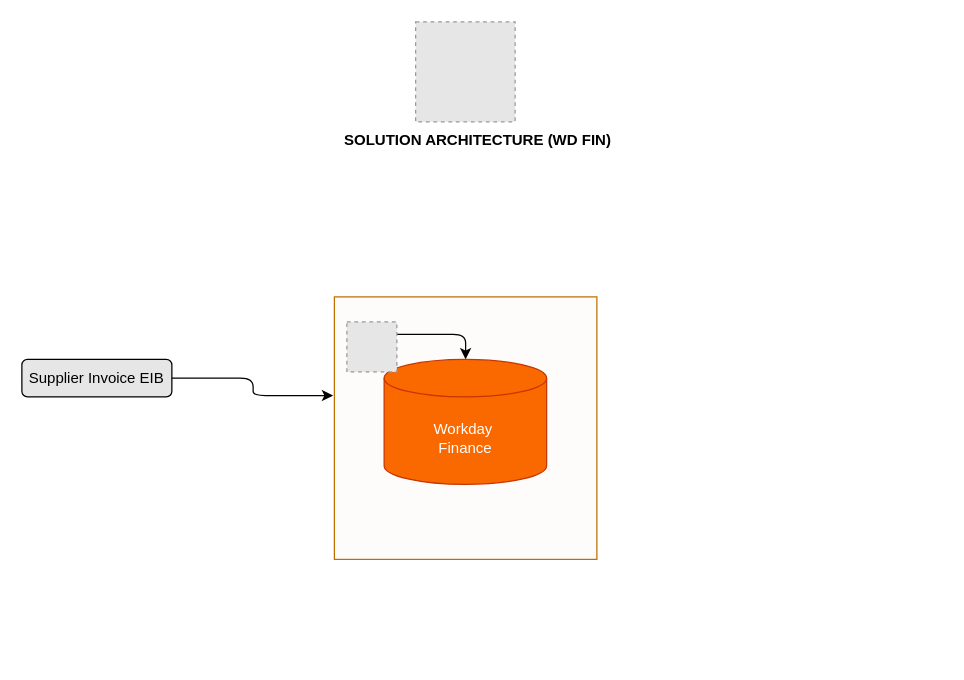
sandyaroma/sandyaroma keeps this draw.io diagram as deepL Solution Architecture (WD FIN).drawio. Above is the earlier version. Source tidied: cells renumbered, new cells numbered last; positions are measured from the earlier drawing's top-left corner, leaving out a move shared by most shapes. Both pictures are drawn from the tidied source at 125%, with x=0, y=0 at pixel (21, 21). Pictures stored in the file or linked from it are replaced by grey dashed boxes.
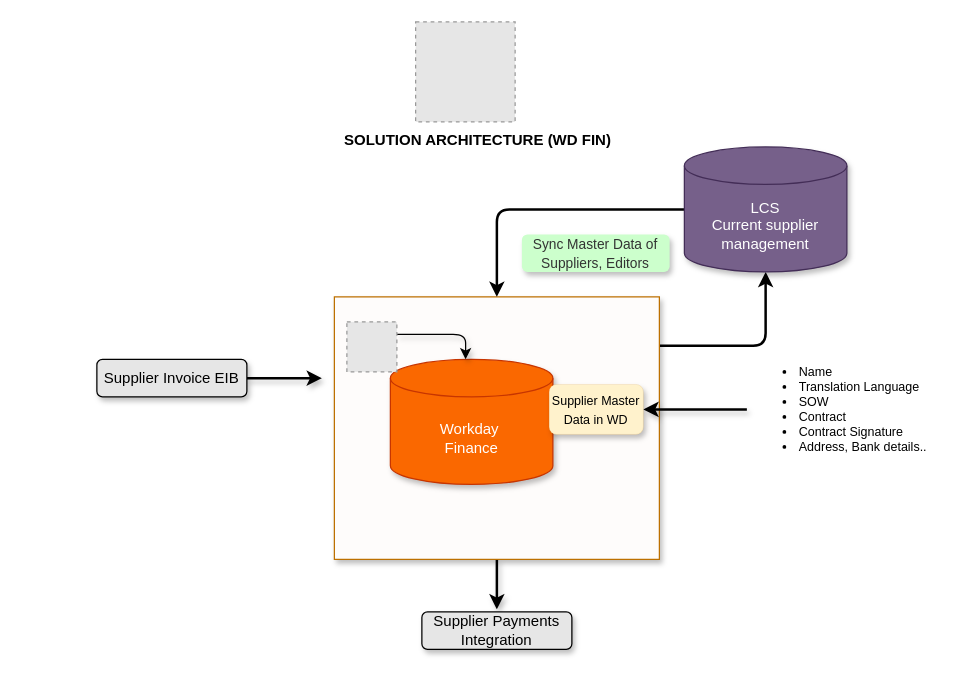
The same page after the edit.

The change refers to these unchanged cells:
```xml
<mxCell id="9" style="fillColor=#E6E6E6;strokeColor=#999999;dashed=1;html=1;verticalAlign=top;verticalLabelPosition=bottom;labelBackgroundColor=#ffffff;" parent="1" vertex="1">
  <mxGeometry x="260" y="240" width="40" height="40" as="geometry" />
</mxCell>
```

Change to the diagram source:
```diff
@@
+    <mxCell id="10" style="edgeStyle=orthogonalEdgeStyle;rounded=0;jettySize=auto;html=1;exitX=0.5;exitY=1;exitDx=0;exitDy=0;shadow=1;strokeWidth=2;" parent="1" edge="1" source="2">
+      <mxGeometry relative="1" as="geometry">
+        <mxPoint x="380" y="470" as="targetPoint" />
+      </mxGeometry>
+    </mxCell>
+    <mxCell id="11" style="edgeStyle=orthogonalEdgeStyle;rounded=1;jettySize=auto;html=1;exitX=1;exitY=0.186;exitDx=0;exitDy=0;exitPerimeter=0;curved=0;strokeWidth=2;" parent="1" edge="1" source="2" target="18">
+      <mxGeometry relative="1" as="geometry" />
+    </mxCell>
-    <mxCell id="2" style="rounded=0;whiteSpace=wrap;html=1;fillColor=#FEFCFB;fontColor=#000000;strokeColor=#BD7000;" parent="1" vertex="1">
-      <mxGeometry x="250" y="220" width="210" height="210" as="geometry" />
+    <mxCell id="2" style="rounded=0;whiteSpace=wrap;html=1;fillColor=#FEFCFB;fontColor=#000000;strokeColor=#BD7000;shadow=1;" parent="1" vertex="1">
+      <mxGeometry x="250" y="220" width="260" height="210" as="geometry" />
     </mxCell>
+    <mxCell id="12" style="edgeStyle=orthogonalEdgeStyle;rounded=0;jettySize=auto;html=1;shadow=1;strokeWidth=2;" parent="1" edge="1" source="3">
+      <mxGeometry relative="1" as="geometry">
+        <mxPoint x="240" y="285" as="targetPoint" />
+      </mxGeometry>
+    </mxCell>
-    <mxCell id="3" value="Supplier Invoice EIB" style="rounded=1;whiteSpace=wrap;html=1;fillColor=#E6E6E6;" parent="1" vertex="1">
-      <mxGeometry y="270" width="120" height="30" as="geometry" />
+    <mxCell id="3" value="Supplier Invoice EIB" style="rounded=1;whiteSpace=wrap;html=1;fillColor=#E6E6E6;shadow=1;" parent="1" vertex="1">
+      <mxGeometry x="60" y="270" width="120" height="30" as="geometry" />
     </mxCell>
-    <mxCell id="4" value="&lt;font color=&quot;#ffffff&quot;&gt;Workday&amp;nbsp;&lt;/font&gt;&lt;div&gt;&lt;font color=&quot;#ffffff&quot;&gt;Finance&lt;/font&gt;&lt;/div&gt;" style="shape=cylinder3;whiteSpace=wrap;html=1;boundedLbl=1;backgroundOutline=1;size=15;fillColor=#fa6800;fontColor=#000000;strokeColor=#C73500;" parent="1" vertex="1">
-      <mxGeometry x="289.8" y="270" width="130" height="100" as="geometry" />
+    <mxCell id="4" value="&lt;font color=&quot;#ffffff&quot;&gt;Workday&amp;nbsp;&lt;/font&gt;&lt;div&gt;&lt;font color=&quot;#ffffff&quot;&gt;Finance&lt;/font&gt;&lt;/div&gt;" style="shape=cylinder3;whiteSpace=wrap;html=1;boundedLbl=1;backgroundOutline=1;size=15;fillColor=#fa6800;fontColor=#000000;strokeColor=#C73500;shadow=1;" parent="1" vertex="1">
+      <mxGeometry x="294.8" y="270" width="130" height="100" as="geometry" />
     </mxCell>
@@
-    <mxCell id="6" value="&lt;b&gt;SOLUTION ARCHITECTURE (WD FIN)&lt;/b&gt;" style="text;html=1;align=center;verticalAlign=middle;whiteSpace=wrap;rounded=0;" parent="1" vertex="1">
+    <mxCell id="6" value="&lt;b&gt;SOLUTION ARCHITECTURE (WD FIN)&lt;/b&gt;" style="text;html=1;align=center;verticalAlign=middle;whiteSpace=wrap;rounded=0;shadow=1;" parent="1" vertex="1">
       <mxGeometry x="240" y="80" width="250" height="30" as="geometry" />
     </mxCell>
-    <mxCell id="7" style="edgeStyle=orthogonalEdgeStyle;rounded=1;jettySize=auto;html=1;entryX=-0.005;entryY=0.376;entryDx=0;entryDy=0;entryPerimeter=0;curved=0;" parent="1" edge="1" source="3" target="2">
-      <mxGeometry relative="1" as="geometry" />
-    </mxCell>
-    <mxCell id="8" style="edgeStyle=orthogonalEdgeStyle;rounded=1;jettySize=auto;html=1;curved=0;" parent="1" edge="1" source="9" target="4">
+    <mxCell id="8" style="edgeStyle=orthogonalEdgeStyle;rounded=1;jettySize=auto;html=1;curved=0;shadow=1;" parent="1" edge="1" source="9" target="4">
       <mxGeometry relative="1" as="geometry">
         <Array as="points">
           <mxPoint x="355" y="250" />
         </Array>
       </mxGeometry>
     </mxCell>
@@
+    <mxCell id="13" value="&lt;font style=&quot;font-size: 10px;&quot;&gt;Supplier Master Data in WD&lt;/font&gt;" style="rounded=1;whiteSpace=wrap;html=1;shadow=1;strokeWidth=0;fillColor=#FFF2CC;fontColor=#000000;strokeColor=#BD7000;" parent="1" vertex="1">
+      <mxGeometry x="421.8" y="290" width="75.4" height="40" as="geometry" />
+    </mxCell>
+    <mxCell id="14" style="edgeStyle=orthogonalEdgeStyle;rounded=1;jettySize=auto;html=1;entryX=1;entryY=0.5;entryDx=0;entryDy=0;curved=0;shadow=1;strokeWidth=2;" parent="1" edge="1" source="15" target="13">
+      <mxGeometry relative="1" as="geometry" />
+    </mxCell>
+    <mxCell id="15" value="&lt;ul style=&quot;font-size: 10px;&quot;&gt;&lt;li&gt;Name&lt;/li&gt;&lt;li&gt;Translation Language&lt;/li&gt;&lt;li&gt;SOW&lt;/li&gt;&lt;li&gt;Contract&lt;/li&gt;&lt;li&gt;Contract Signature&lt;/li&gt;&lt;li&gt;Address, Bank details..&lt;/li&gt;&lt;/ul&gt;" style="text;html=1;align=left;verticalAlign=middle;whiteSpace=wrap;rounded=0;shadow=1;glass=0;" parent="1" vertex="1">
+      <mxGeometry x="580" y="270" width="150" height="80" as="geometry" />
+    </mxCell>
+    <mxCell id="16" value="Supplier Payments&lt;div&gt;Integration&lt;/div&gt;" style="rounded=1;whiteSpace=wrap;html=1;fillColor=#E6E6E6;shadow=1;" parent="1" vertex="1">
+      <mxGeometry x="320" y="472" width="120" height="30" as="geometry" />
+    </mxCell>
+    <mxCell id="17" style="edgeStyle=orthogonalEdgeStyle;rounded=1;jettySize=auto;html=1;entryX=0.5;entryY=0;entryDx=0;entryDy=0;curved=0;strokeWidth=2;" parent="1" edge="1" source="18" target="2">
+      <mxGeometry relative="1" as="geometry" />
+    </mxCell>
+    <mxCell id="18" value="&lt;font color=&quot;#ffffff&quot;&gt;LCS&lt;/font&gt;&lt;div&gt;&lt;font color=&quot;#ffffff&quot;&gt;Current supplier management&lt;/font&gt;&lt;/div&gt;" style="shape=cylinder3;whiteSpace=wrap;html=1;boundedLbl=1;backgroundOutline=1;size=15;fillColor=#76608a;fontColor=#ffffff;strokeColor=#432D57;shadow=1;" parent="1" vertex="1">
+      <mxGeometry x="530" y="100" width="130" height="100" as="geometry" />
+    </mxCell>
+    <mxCell id="19" value="&lt;font color=&quot;#333333&quot; style=&quot;font-size: 11px;&quot;&gt;Sync Master Data of Suppliers, Editors&lt;/font&gt;" style="text;html=1;align=center;verticalAlign=middle;whiteSpace=wrap;rounded=1;fillColor=#CCFFCC;fontColor=#ffffff;strokeColor=none;shadow=1;" parent="1" vertex="1">
+      <mxGeometry x="400" y="170" width="118.2" height="30" as="geometry" />
+    </mxCell>
```
